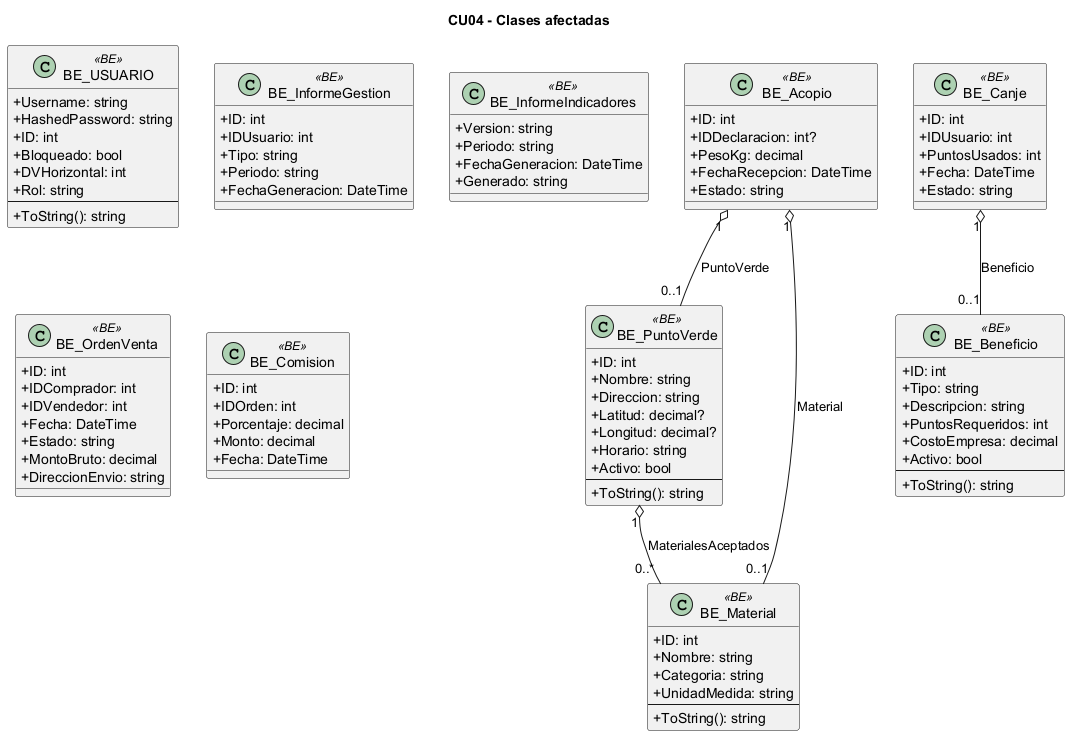
The PlantUML diagram docs/diagramas/uml_png/cu__CU04_clases.png in L-Muniz/uai-diploma_2026, before a commit. Source of this version:
```plantuml
@startuml
skinparam classAttributeIconSize 0
title CU04 - Clases afectadas
class "BE_USUARIO" as BE_USUARIO <<BE>> {
  +Username: string
  +HashedPassword: string
  +ID: int
  +Bloqueado: bool
  +DVHorizontal: int
  +Rol: string
  --
  +ToString(): string
}
class "BE_InformeGestion" as BE_InformeGestion <<BE>> {
  +ID: int
  +IDUsuario: int
  +Tipo: string
  +Periodo: string
  +FechaGeneracion: DateTime
}
class "BE_InformeIndicadores" as BE_InformeIndicadores <<BE>> {
  +Version: string
  +Periodo: string
  +FechaGeneracion: DateTime
  +Generado: string
}
class "BE_Acopio" as BE_Acopio <<BE>> {
  +ID: int
  +IDDeclaracion: int?
  +PesoKg: decimal
  +FechaRecepcion: DateTime
  +Estado: string
}
class "BE_PuntoVerde" as BE_PuntoVerde <<BE>> {
  +ID: int
  +Nombre: string
  +Direccion: string
  +Latitud: decimal?
  +Longitud: decimal?
  +Horario: string
  +Activo: bool
  --
  +ToString(): string
}
class "BE_Material" as BE_Material <<BE>> {
  +ID: int
  +Nombre: string
  +Categoria: string
  +UnidadMedida: string
  --
  +ToString(): string
}
class "BE_OrdenVenta" as BE_OrdenVenta <<BE>> {
  +ID: int
  +IDComprador: int
  +IDVendedor: int
  +Fecha: DateTime
  +Estado: string
  +MontoBruto: decimal
  +DireccionEnvio: string
}
class "BE_Comision" as BE_Comision <<BE>> {
  +ID: int
  +IDOrden: int
  +Porcentaje: decimal
  +Monto: decimal
  +Fecha: DateTime
}
class "BE_Canje" as BE_Canje <<BE>> {
  +ID: int
  +IDUsuario: int
  +PuntosUsados: int
  +Fecha: DateTime
  +Estado: string
}
class "BE_Beneficio" as BE_Beneficio <<BE>> {
  +ID: int
  +Tipo: string
  +Descripcion: string
  +PuntosRequeridos: int
  +CostoEmpresa: decimal
  +Activo: bool
  --
  +ToString(): string
}
BE_Acopio "1" o-- "0..1" BE_PuntoVerde : PuntoVerde
BE_Acopio "1" o-- "0..1" BE_Material : Material
BE_PuntoVerde "1" o-- "0..*" BE_Material : MaterialesAceptados
BE_Canje "1" o-- "0..1" BE_Beneficio : Beneficio
@enduml
```
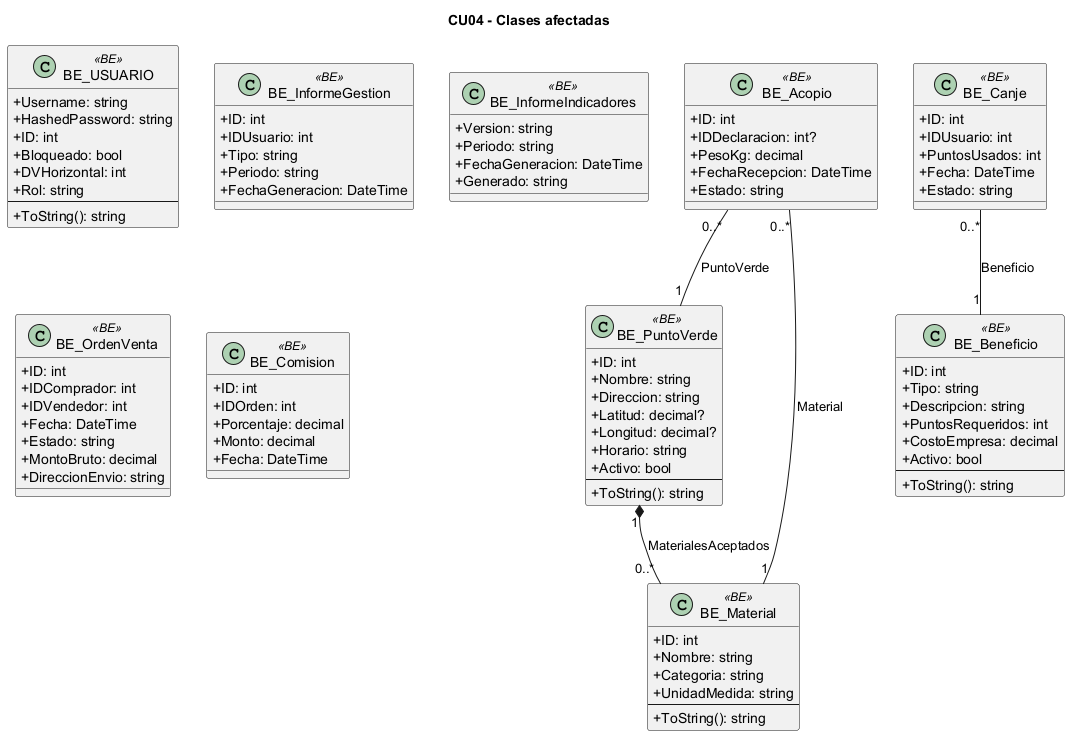
The same diagram one commit later.

The edit, as a diff of the source:
```diff
@@ -83,8 +83,8 @@
   --
   +ToString(): string
 }
-BE_Acopio "1" o-- "0..1" BE_PuntoVerde : PuntoVerde
-BE_Acopio "1" o-- "0..1" BE_Material : Material
-BE_PuntoVerde "1" o-- "0..*" BE_Material : MaterialesAceptados
-BE_Canje "1" o-- "0..1" BE_Beneficio : Beneficio
+BE_Acopio "0..*" -- "1" BE_PuntoVerde : PuntoVerde
+BE_Acopio "0..*" -- "1" BE_Material : Material
+BE_PuntoVerde "1" *-- "0..*" BE_Material : MaterialesAceptados
+BE_Canje "0..*" -- "1" BE_Beneficio : Beneficio
 @enduml
```
